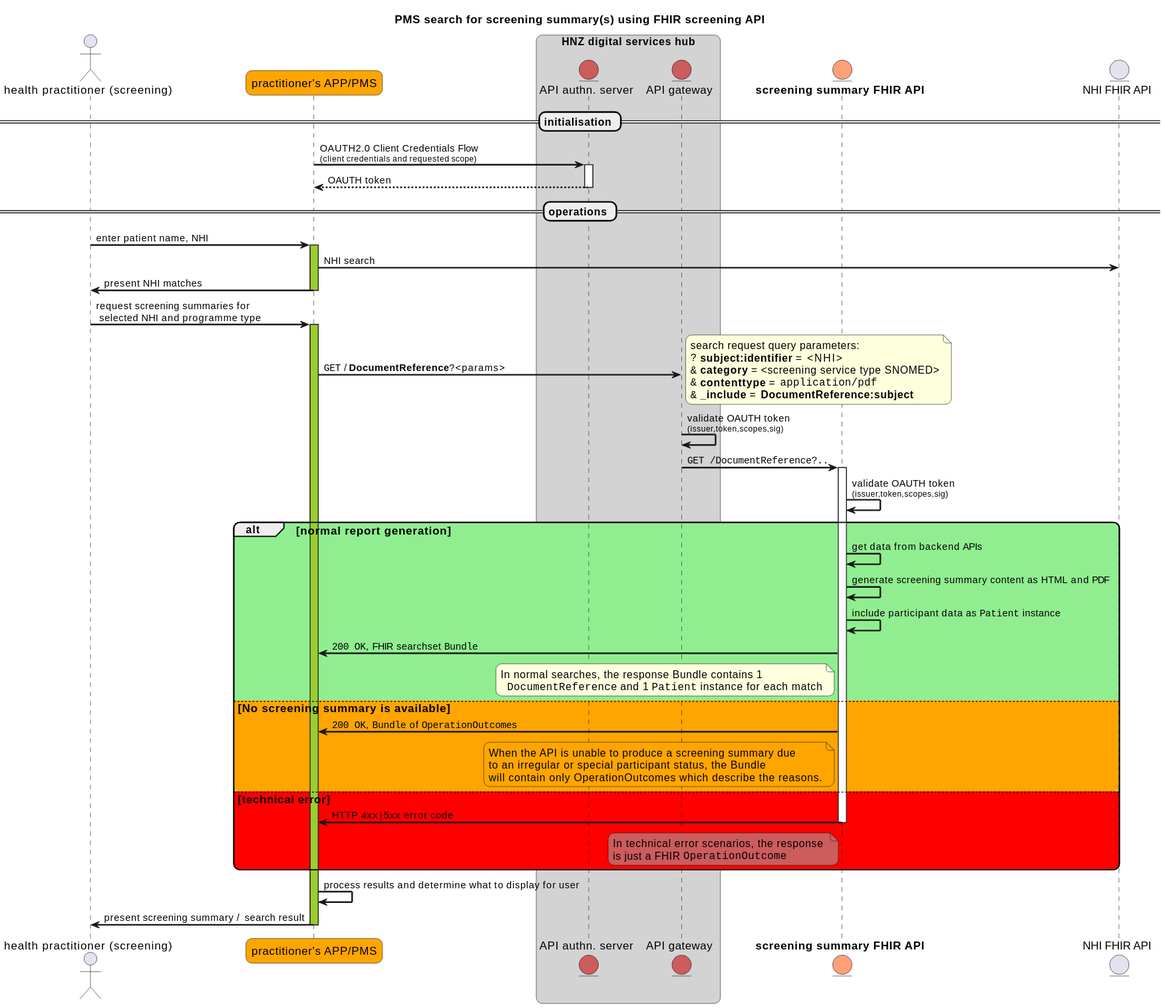
Before: input/images/seq-fhir-screening-API.svg, a diagram exported from PlantUML (tewhatuora/fhir-screening).
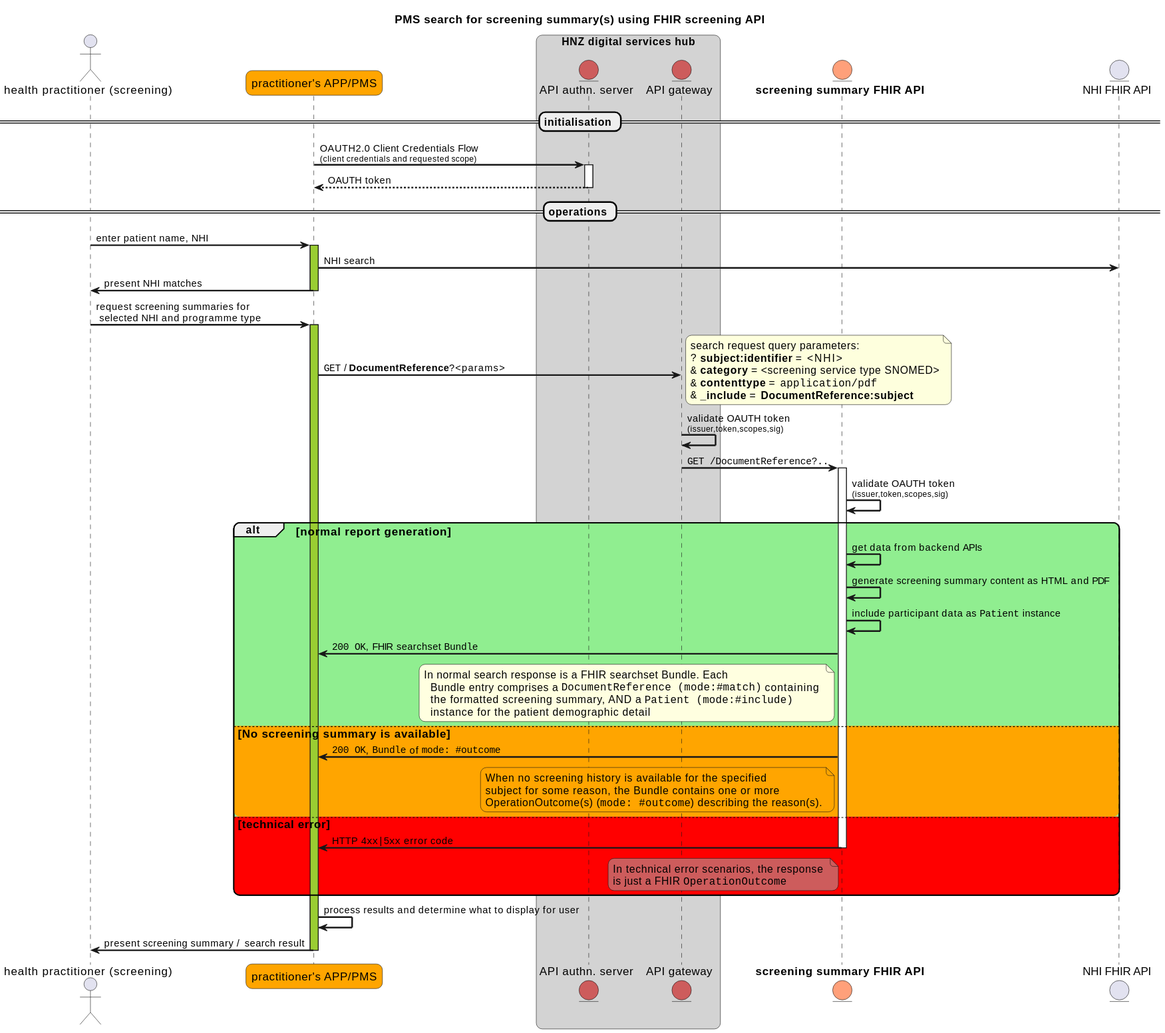
Later version of the same file.

The edit, as a diff of the source:
```diff
@@ -65,16 +65,18 @@
 FHIR -> FHIR: include participant data as ""Patient"" instance
 FHIR -> APIC: ""200 OK"", FHIR searchset ""Bundle""
   note left of FHIR #LightYellow
-    In normal searches, the response Bundle contains 1
-      ""DocumentReference"" and 1 ""Patient"" instance for each match
+    In normal search response is a FHIR searchset Bundle.  Each
+      Bundle entry comprises a ""DocumentReference (mode:#match)"" containing
+      the formatted screening summary, AND a ""Patient (mode:#include)""
+      instance for the patient demographic detail
   end note
 
 else #Orange No screening summary is available
-FHIR -> APIC: ""200 OK"", ""Bundle"" of ""OperationOutcome""s
+FHIR -> APIC: ""200 OK"", ""Bundle"" of ""mode: #outcome""
   note left of FHIR #Orange
-    When the API is unable to produce a screening summary due
-    to an irregular or special participant status, the Bundle
-    will contain only OperationOutcomes which describe the reasons.
+    When no screening history is available for the specified
+    subject for some reason, the Bundle contains one or more
+    OperationOutcome(s) (""mode: #outcome"") describing the reason(s).
     end note
 else #Red technical error
   FHIR -> APIC--: HTTP ""4xx|5xx"" error code
```
